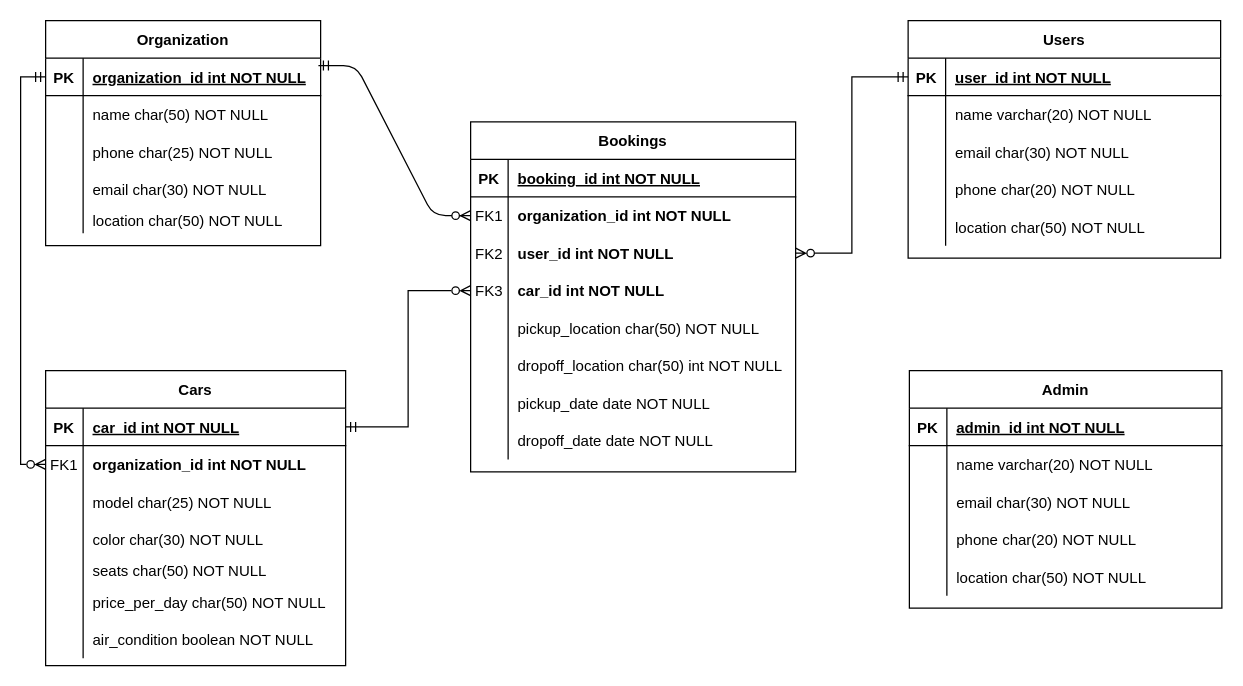
The draw.io diagram webApp/Untitled Diagram.drawio in Gaurav4883/assignments, before the edit. Source tidied: cells renumbered, new cells numbered last; positions are measured from the earlier drawing's top-left corner, leaving out a move shared by most shapes. Both pictures are drawn from the tidied source at 125%, with x=0, y=0 at pixel (45, 20).
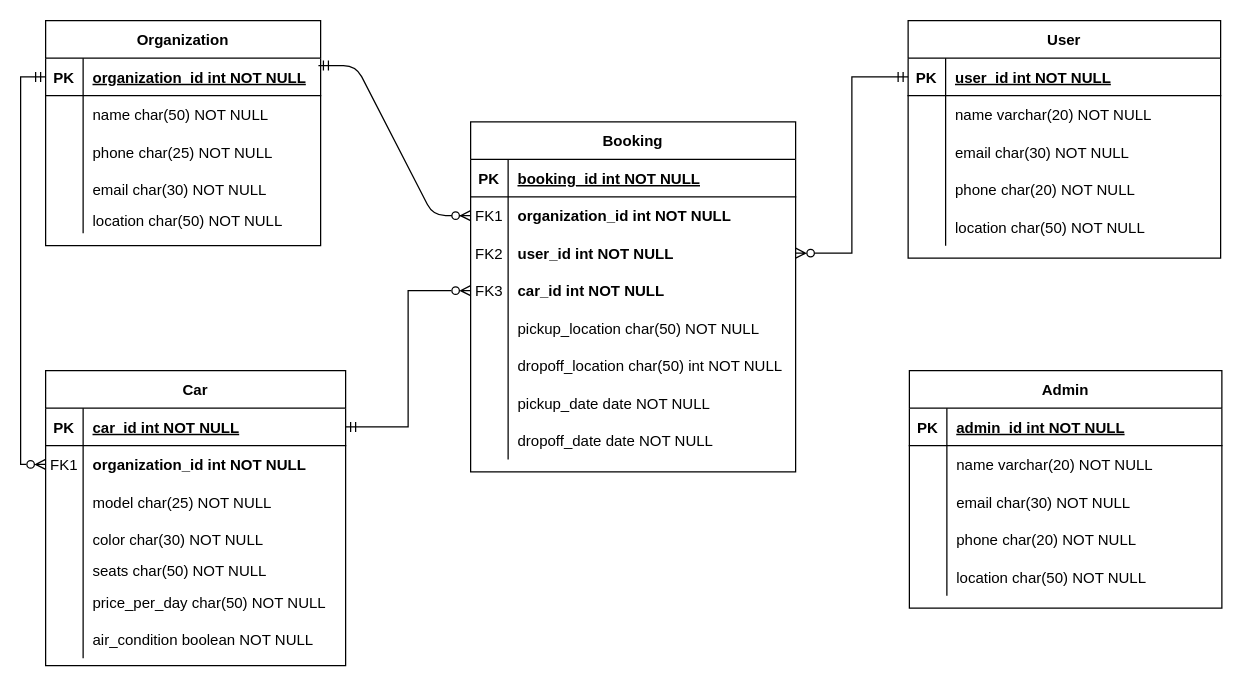
The same diagram, later.

Change to the diagram source:
```diff
@@
-    <mxCell id="3" value="Bookings" style="shape=table;startSize=30;childLayout=tableLayout;rowLines=0;fontStyle=1;align=center;" parent="1" vertex="1">
+    <mxCell id="3" value="Booking" style="shape=table;startSize=30;childLayout=tableLayout;rowLines=0;fontStyle=1;align=center;" parent="1" vertex="1">
       <mxGeometry x="340" y="81" width="260" height="280" as="geometry" />
     </mxCell>
@@
-    <mxCell id="28" value="Users" style="shape=table;startSize=30;childLayout=tableLayout;rowLines=0;fontStyle=1;align=center;" parent="1" vertex="1">
+    <mxCell id="28" value="User" style="shape=table;startSize=30;childLayout=tableLayout;rowLines=0;fontStyle=1;align=center;" parent="1" vertex="1">
       <mxGeometry x="690" width="250" height="190" as="geometry" />
     </mxCell>
@@
-    <mxCell id="61" value="Cars" style="shape=table;startSize=30;childLayout=tableLayout;rowLines=0;fontStyle=1;align=center;" parent="1" vertex="1">
+    <mxCell id="61" value="Car" style="shape=table;startSize=30;childLayout=tableLayout;rowLines=0;fontStyle=1;align=center;" parent="1" vertex="1">
       <mxGeometry y="280" width="240" height="236" as="geometry" />
     </mxCell>
```
